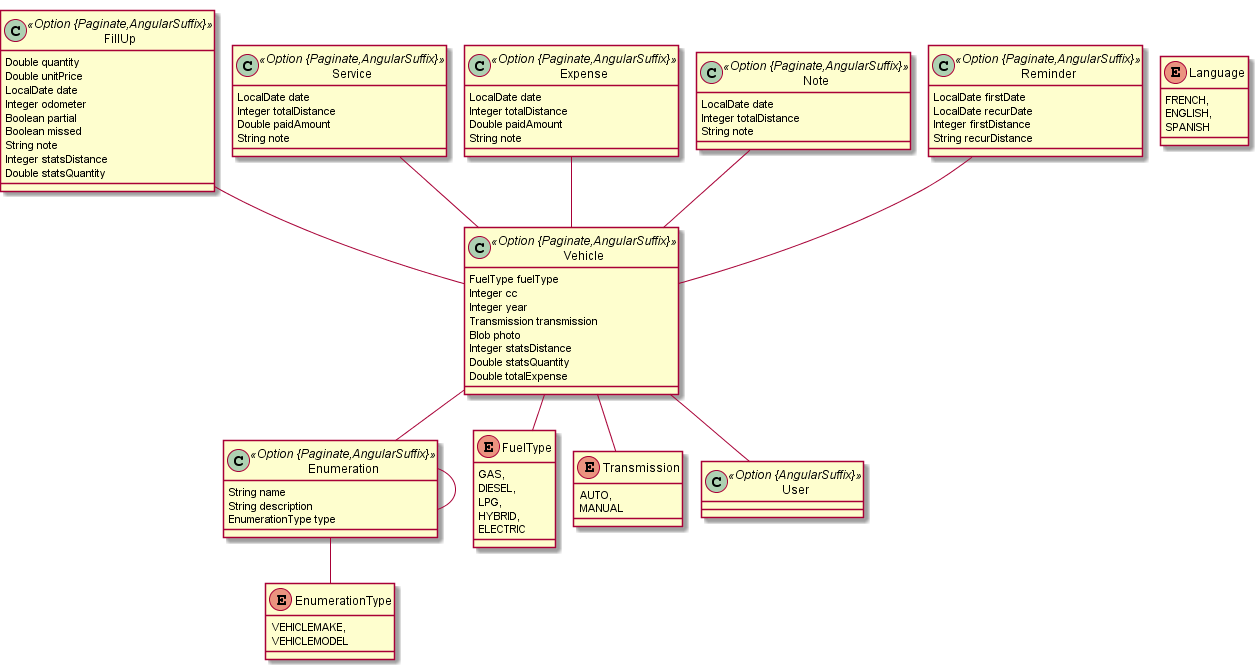
Earlier version of the PlantUML export jhipster-jdl.png (hazerbaker/yakitanaliz).
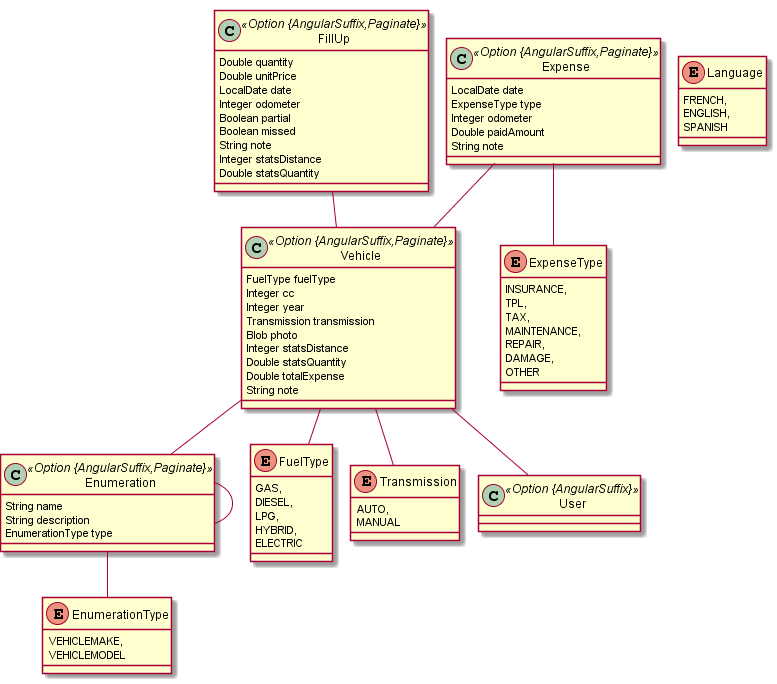
After the commit.

The edit, as a diff of the source:
```diff
@@ -1,13 +1,13 @@
 @startuml
 	!pragma graphviz_dot jdot
 	!pragma syntax class
-	class Enumeration <<Option {Paginate,AngularSuffix}>> {
+	class Enumeration <<Option {AngularSuffix,Paginate}>> {
 		String name
 		String description
 		EnumerationType type
 	}
 	Enumeration ..> EnumerationType
-	class Vehicle <<Option {Paginate,AngularSuffix}>> {
+	class Vehicle <<Option {AngularSuffix,Paginate}>> {
 		FuelType fuelType
 		Integer cc
 		Integer year
@@ -16,10 +16,11 @@
 		Integer statsDistance
 		Double statsQuantity
 		Double totalExpense
+		String note
 	}
 	Vehicle ..> FuelType
 	Vehicle ..> Transmission
-	class FillUp <<Option {Paginate,AngularSuffix}>> {
+	class FillUp <<Option {AngularSuffix,Paginate}>> {
 		Double quantity
 		Double unitPrice
 		LocalDate date
@@ -30,29 +31,14 @@
 		Integer statsDistance
 		Double statsQuantity
 	}
-	class Service <<Option {Paginate,AngularSuffix}>> {
+	class Expense <<Option {AngularSuffix,Paginate}>> {
 		LocalDate date
-		Integer totalDistance
+		ExpenseType type
+		Integer odometer
 		Double paidAmount
 		String note
 	}
-	class Expense <<Option {Paginate,AngularSuffix}>> {
-		LocalDate date
-		Integer totalDistance
-		Double paidAmount
-		String note
-	}
-	class Note <<Option {Paginate,AngularSuffix}>> {
-		LocalDate date
-		Integer totalDistance
-		String note
-	}
-	class Reminder <<Option {Paginate,AngularSuffix}>> {
-		LocalDate firstDate
-		LocalDate recurDate
-		Integer firstDistance
-		String recurDistance
-	}
+	Expense ..> ExpenseType
 	enum Language {
 		FRENCH,
 		ENGLISH,
@@ -65,6 +51,15 @@
 		HYBRID,
 		ELECTRIC
 	}
+	enum ExpenseType {
+		INSURANCE,
+		TPL,
+		TAX,
+		MAINTENANCE,
+		REPAIR,
+		DAMAGE,
+		OTHER
+	}
 	enum EnumerationType {
 		VEHICLEMAKE,
 		VEHICLEMODEL
@@ -75,10 +70,7 @@
 	}
 	Vehicle  "model 0..* " o-- "0..1 "  Enumeration
 	FillUp  "vehicle 0..* " o-- "0..1 "  Vehicle
-	Service  "vehicle 0..* " o-- "0..1 "  Vehicle
 	Expense  "vehicle 0..* " o-- "0..1 "  Vehicle
-	Note  "vehicle 0..* " o-- "0..1 "  Vehicle
-	Reminder  "vehicle 0..* " o-- "0..1 "  Vehicle
 	Enumeration  "parent 0..* " o-- "0..1 "  Enumeration
 	Vehicle  "user 0..* " o-- "0..1 "  User
 	class User <<Option {AngularSuffix}>> {
```
